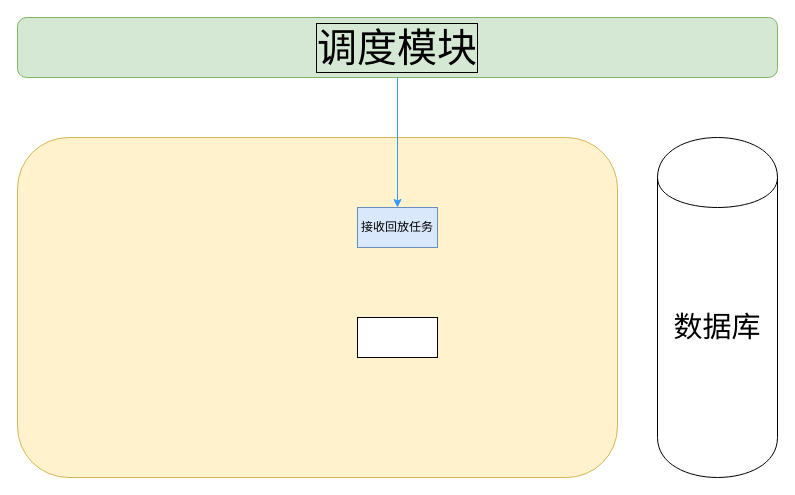
The draw.io diagram 执行模块.drawio in emothion/diagrams, before the edit. Source tidied: cells renumbered, new cells numbered last; positions are measured from the earlier drawing's top-left corner, leaving out a move shared by most shapes. Both pictures are drawn from the tidied source at 100%, with x=0, y=0 at pixel (17, 17).
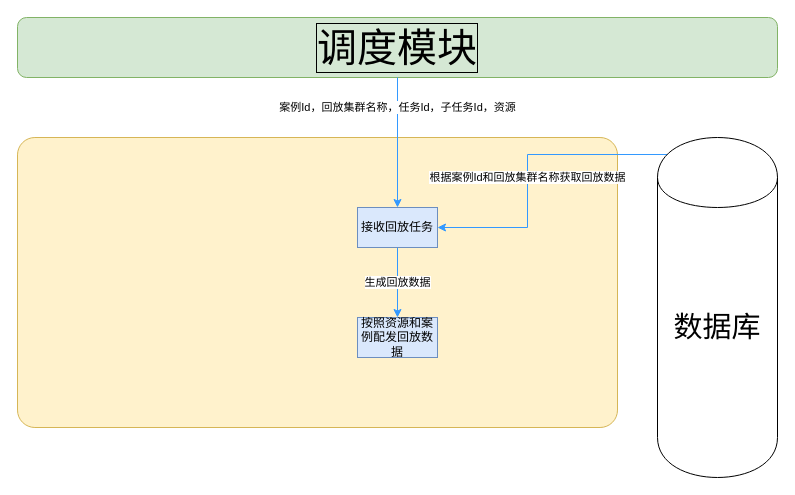
After the change.

Commit message (it also covers changes not shown here):
更新执行模块.drawio

The edit, as a diff of the source:
```diff
@@
 <mxGraphModel>
   <root>
     <mxCell id="0" />
     <mxCell id="1" parent="0" />
     <mxCell id="2" value="调度模块" style="rounded=1;whiteSpace=wrap;html=1;fillColor=#d5e8d4;strokeColor=#82b366;fontColor=#000000;fontSize=40;labelBorderColor=#000000;" parent="1" vertex="1">
       <mxGeometry width="760" height="60" as="geometry" />
     </mxCell>
-    <mxCell id="3" style="rounded=1;whiteSpace=wrap;html=1;fillColor=#fff2cc;strokeColor=#d6b656;" parent="1" vertex="1">
-      <mxGeometry y="120" width="600" height="340" as="geometry" />
+    <mxCell id="3" style="rounded=1;whiteSpace=wrap;html=1;fillColor=#fff2cc;strokeColor=#d6b656;arcSize=6;" parent="1" vertex="1">
+      <mxGeometry y="120" width="600" height="290" as="geometry" />
     </mxCell>
+    <mxCell id="8" value="生成回放数据" style="edgeStyle=orthogonalEdgeStyle;rounded=0;jettySize=auto;html=1;exitX=0.5;exitY=1;exitDx=0;exitDy=0;entryX=0.5;entryY=0;entryDx=0;entryDy=0;strokeColor=#3399FF;fontSize=11;fontColor=#000000;" parent="1" edge="1" source="4" target="5">
+      <mxGeometry relative="1" as="geometry">
+        <Array as="points">
+          <mxPoint x="380" y="270" />
+          <mxPoint x="380" y="270" />
+        </Array>
+      </mxGeometry>
+    </mxCell>
     <mxCell id="4" value="接收回放任务" style="rounded=0;whiteSpace=wrap;html=1;fillColor=#dae8fc;strokeColor=#6c8ebf;" parent="1" vertex="1">
       <mxGeometry x="340" y="190" width="80" height="40" as="geometry" />
     </mxCell>
-    <mxCell id="5" style="rounded=0;whiteSpace=wrap;html=1;" parent="1" vertex="1">
+    <mxCell id="5" value="按照资源和案例配发回放数据" style="rounded=0;whiteSpace=wrap;html=1;fillColor=#dae8fc;strokeColor=#6c8ebf;" parent="1" vertex="1">
       <mxGeometry x="340" y="300" width="80" height="40" as="geometry" />
     </mxCell>
-    <mxCell id="6" style="edgeStyle=orthogonalEdgeStyle;rounded=0;jettySize=auto;html=1;exitX=0.5;exitY=1;exitDx=0;exitDy=0;entryX=0.5;entryY=0;entryDx=0;entryDy=0;strokeColor=#3399FF;" parent="1" edge="1" source="2" target="4">
-      <mxGeometry relative="1" as="geometry" />
+    <mxCell id="6" value="案例Id，回放集群名称，任务Id，子任务Id，资源" style="edgeStyle=orthogonalEdgeStyle;rounded=0;jettySize=auto;html=1;exitX=0.5;exitY=1;exitDx=0;exitDy=0;entryX=0.5;entryY=0;entryDx=0;entryDy=0;strokeColor=#3399FF;" parent="1" edge="1" source="2" target="4">
+      <mxGeometry x="-0.54" relative="1" as="geometry" />
     </mxCell>
+    <mxCell id="9" value="根据案例Id和回放集群名称获取回放数据" style="edgeStyle=orthogonalEdgeStyle;rounded=0;jettySize=auto;html=1;exitX=0.15;exitY=0.05;exitDx=0;exitDy=0;exitPerimeter=0;entryX=1;entryY=0.5;entryDx=0;entryDy=0;strokeColor=#3399FF;fontSize=11;fontColor=#000000;" parent="1" edge="1" source="7" target="4">
+      <mxGeometry x="-0.05" y="23" relative="1" as="geometry">
+        <Array as="points">
+          <mxPoint x="510" y="137" />
+          <mxPoint x="510" y="210" />
+        </Array>
+        <mxPoint x="-23" y="23" as="offset" />
+      </mxGeometry>
+    </mxCell>
     <mxCell id="7" value="数据库" style="shape=cylinder;whiteSpace=wrap;html=1;boundedLbl=1;backgroundOutline=1;fontSize=29;fontColor=#000000;" parent="1" vertex="1">
       <mxGeometry x="640" y="120" width="120" height="340" as="geometry" />
     </mxCell>
   </root>
 </mxGraphModel>
```
